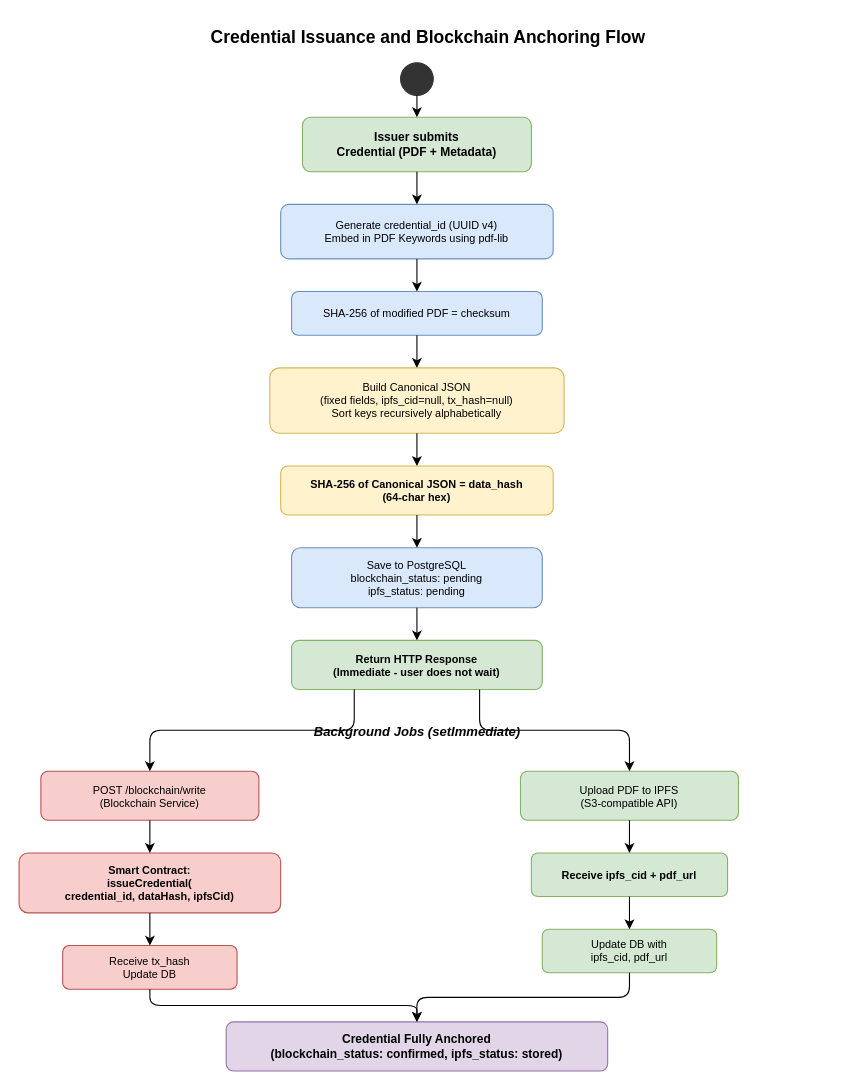
Earlier version of the draw.io diagram docs/report/diagrams/3.6_blockchain_anchoring_flow.drawio (JaiminPatel345/MicroMerit-Portal). Source tidied: cells renumbered, new cells numbered last; positions are measured from the earlier drawing's top-left corner, leaving out a move shared by most shapes. Both pictures are drawn from the tidied source at 109%, with x=0, y=0 at pixel (19, 19).
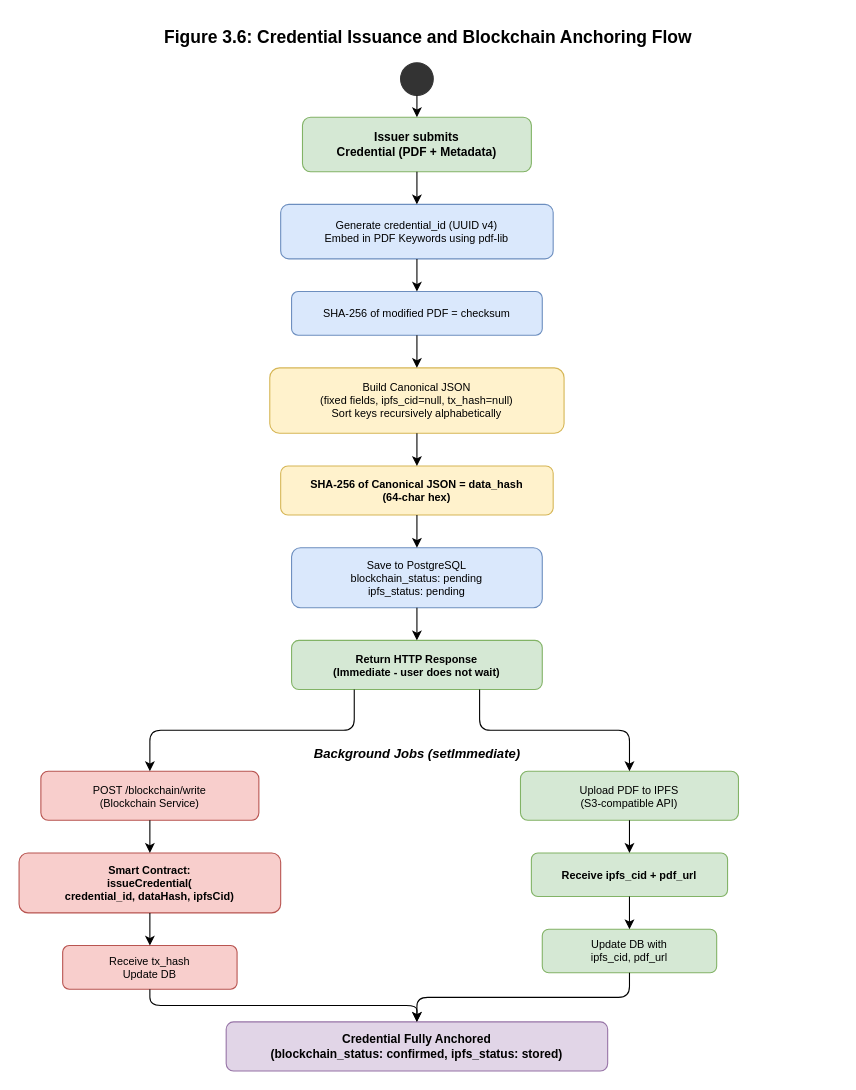
Above is the later version.

Change to the diagram source:
```diff
@@
-    <mxCell id="2" value="Credential Issuance and Blockchain Anchoring Flow" style="text;html=1;fontSize=16;fontStyle=1;align=center;" parent="1" vertex="1">
-      <mxGeometry x="100" width="550" height="30" as="geometry" />
+    <mxCell id="2" value="Figure 3.6: Credential Issuance and Blockchain Anchoring Flow" style="text;html=1;fontSize=16;fontStyle=1;align=center;" parent="1" vertex="1">
+      <mxGeometry width="750" height="30" as="geometry" />
     </mxCell>
@@
     <mxCell id="11" value="Background Jobs (setImmediate)" style="text;html=1;fontSize=12;fontStyle=3;align=center;" parent="1" vertex="1">
-      <mxGeometry x="200" y="640" width="330" height="25" as="geometry" />
+      <mxGeometry x="200" y="660" width="330" height="25" as="geometry" />
     </mxCell>
```
